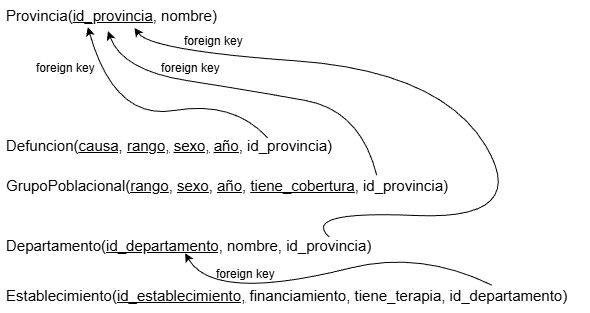
This is images/modelorelacional.png from elciclon/tp_labo_1, a draw.io export, as it was before one commit. Source tidied: cells renumbered, new cells last; positions are measured from the earlier drawing's top-left corner, leaving out a move shared by most shapes.
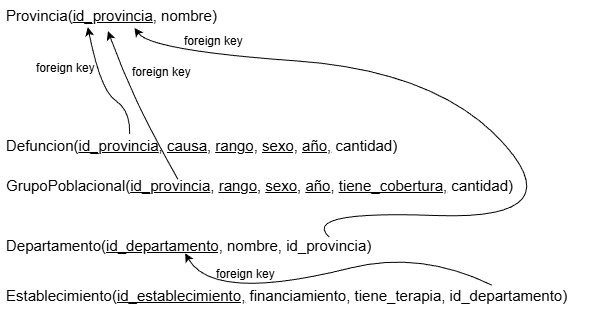
After the commit.

Commit message:
arreglo DER y MR

The edit, as a diff of the source:
```diff
@@ -2,22 +2,20 @@
   <root>
     <mxCell id="0" />
     <mxCell id="1" parent="0" />
-    <mxCell id="2" value="&lt;font style=&quot;font-size: 15px;&quot;&gt;GrupoPoblacional(&lt;u&gt;rango&lt;/u&gt;, &lt;u&gt;sexo&lt;/u&gt;, &lt;u&gt;año&lt;/u&gt;, &lt;u&gt;tiene_cobertura&lt;/u&gt;, id_provincia)&lt;/font&gt;" style="text;strokeColor=none;fillColor=none;spacingLeft=4;spacingRight=4;overflow=hidden;points=[[0,0.5],[1,0.5]];portConstraint=eastwest;fontSize=12;whiteSpace=wrap;html=1;" parent="1" vertex="1">
-      <mxGeometry y="170" width="470" height="30" as="geometry" />
+    <mxCell id="2" value="&lt;font style=&quot;font-size: 15px;&quot;&gt;GrupoPoblacional(&lt;u&gt;id_provincia&lt;/u&gt;,&amp;nbsp;&lt;u&gt;rango&lt;/u&gt;, &lt;u&gt;sexo&lt;/u&gt;, &lt;u&gt;año&lt;/u&gt;, &lt;u&gt;tiene_cobertura,&lt;/u&gt;&amp;nbsp;cantidad)&lt;/font&gt;" style="text;strokeColor=none;fillColor=none;spacingLeft=4;spacingRight=4;overflow=hidden;points=[[0,0.5],[1,0.5]];portConstraint=eastwest;fontSize=12;whiteSpace=wrap;html=1;" parent="1" vertex="1">
+      <mxGeometry y="170" width="520" height="30" as="geometry" />
     </mxCell>
-    <mxCell id="3" style="curved=1;endArrow=classic;html=1;rounded=0;exitX=0.86;exitY=0.156;exitDx=0;exitDy=0;exitPerimeter=0;entryX=0.521;entryY=1.022;entryDx=0;entryDy=0;entryPerimeter=0;fontColor=light-dark(#000000,#FF0000);textShadow=1;strokeColor=light-dark(#000000,#FF0000);" parent="1" edge="1">
+    <mxCell id="3" style="curved=1;endArrow=classic;html=1;rounded=0;entryX=0.521;entryY=1.022;entryDx=0;entryDy=0;entryPerimeter=0;fontColor=light-dark(#000000,#FF0000);textShadow=1;strokeColor=light-dark(#000000,#FF0000);exitX=0.341;exitY=0.289;exitDx=0;exitDy=0;exitPerimeter=0;" parent="1" edge="1" source="2">
       <mxGeometry relative="1" as="geometry">
-        <mxPoint x="376.2" y="174.7" as="sourcePoint" />
         <mxPoint x="107.5" y="30.7" as="targetPoint" />
         <Array as="points">
-          <mxPoint x="360" y="110" />
-          <mxPoint x="250" y="90" />
+          <mxPoint x="150" y="130" />
           <mxPoint x="122" y="70" />
         </Array>
       </mxGeometry>
     </mxCell>
     <mxCell id="4" value="&lt;font style=&quot;color: light-dark(rgb(0, 0, 0), rgb(255, 0, 0));&quot;&gt;foreign key&lt;/font&gt;" style="text;strokeColor=none;fillColor=none;spacingLeft=4;spacingRight=4;overflow=hidden;fontSize=12;whiteSpace=wrap;html=1;" parent="1" vertex="1">
-      <mxGeometry x="155" y="54" width="75" height="30" as="geometry" />
+      <mxGeometry x="126" y="58" width="75" height="30" as="geometry" />
     </mxCell>
     <mxCell id="5" value="Provincia(&lt;u&gt;id_provincia&lt;/u&gt;, nombre)" style="text;strokeColor=none;fillColor=none;spacingLeft=4;spacingRight=4;overflow=hidden;points=[[0,0.5],[1,0.5]];portConstraint=eastwest;fontSize=15;whiteSpace=wrap;html=1;" parent="1" vertex="1">
       <mxGeometry width="260" height="30" as="geometry" />
@@ -25,17 +23,16 @@
     <mxCell id="6" value="&lt;font style=&quot;font-size: 15px;&quot;&gt;&lt;font style=&quot;&quot;&gt;D&lt;/font&gt;epartamento(&lt;u&gt;id_departamento,&lt;/u&gt;&amp;nbsp;nombre, id_provincia)&lt;/font&gt;" style="text;strokeColor=none;fillColor=none;spacingLeft=4;spacingRight=4;overflow=hidden;points=[[0,0.5],[1,0.5]];portConstraint=eastwest;fontSize=12;whiteSpace=wrap;html=1;" parent="1" vertex="1">
       <mxGeometry y="230" width="380" height="30" as="geometry" />
     </mxCell>
-    <mxCell id="7" style="curved=1;endArrow=classic;html=1;rounded=0;fontColor=light-dark(#000000,#FF0000);textShadow=1;strokeColor=light-dark(#000000,#FF0000);entryX=0.336;entryY=0.889;entryDx=0;entryDy=0;entryPerimeter=0;exitX=0.774;exitY=0.244;exitDx=0;exitDy=0;exitPerimeter=0;" parent="1" edge="1" target="5">
+    <mxCell id="7" style="curved=1;endArrow=classic;html=1;rounded=0;fontColor=light-dark(#000000,#FF0000);textShadow=1;strokeColor=light-dark(#000000,#FF0000);entryX=0.336;entryY=0.889;entryDx=0;entryDy=0;entryPerimeter=0;exitX=0.315;exitY=0.111;exitDx=0;exitDy=0;exitPerimeter=0;" parent="1" edge="1" source="8" target="5">
       <mxGeometry relative="1" as="geometry">
-        <mxPoint x="267.1" y="137.3" as="sourcePoint" />
         <Array as="points">
-          <mxPoint x="233" y="100" />
-          <mxPoint x="114" y="120" />
+          <mxPoint x="130" y="110" />
+          <mxPoint x="100" y="90" />
         </Array>
       </mxGeometry>
     </mxCell>
-    <mxCell id="8" value="&lt;font style=&quot;font-size: 15px;&quot;&gt;&lt;font style=&quot;&quot;&gt;D&lt;/font&gt;efuncion(&lt;u&gt;causa,&lt;/u&gt;&amp;nbsp;&lt;u&gt;rango,&lt;/u&gt;&amp;nbsp;&lt;u&gt;sexo,&lt;/u&gt;&amp;nbsp;&lt;u&gt;año&lt;/u&gt;, id_provincia)&lt;/font&gt;" style="text;strokeColor=none;fillColor=none;spacingLeft=4;spacingRight=4;overflow=hidden;points=[[0,0.5],[1,0.5]];portConstraint=eastwest;fontSize=12;whiteSpace=wrap;html=1;" parent="1" vertex="1">
-      <mxGeometry y="130" width="380" height="30" as="geometry" />
+    <mxCell id="8" value="&lt;font style=&quot;font-size: 15px;&quot;&gt;&lt;font style=&quot;&quot;&gt;D&lt;/font&gt;efuncion(&lt;u&gt;id_provincia&lt;/u&gt;,&amp;nbsp;&lt;u&gt;causa,&lt;/u&gt;&amp;nbsp;&lt;u&gt;rango,&lt;/u&gt;&amp;nbsp;&lt;u&gt;sexo,&lt;/u&gt;&amp;nbsp;&lt;u&gt;año,&lt;/u&gt;&amp;nbsp;cantidad)&lt;/font&gt;" style="text;strokeColor=none;fillColor=none;spacingLeft=4;spacingRight=4;overflow=hidden;points=[[0,0.5],[1,0.5]];portConstraint=eastwest;fontSize=12;whiteSpace=wrap;html=1;" parent="1" vertex="1">
+      <mxGeometry y="130" width="410" height="30" as="geometry" />
     </mxCell>
     <mxCell id="9" value="&lt;font style=&quot;font-size: 15px;&quot;&gt;Establecimiento(&lt;u&gt;id_establecimiento,&lt;/u&gt;&amp;nbsp;financiamiento, tiene_terapia, id_departamento)&lt;/font&gt;" style="text;strokeColor=none;fillColor=none;spacingLeft=4;spacingRight=4;overflow=hidden;points=[[0,0.5],[1,0.5]];portConstraint=eastwest;fontSize=12;whiteSpace=wrap;html=1;" parent="1" vertex="1">
       <mxGeometry y="280" width="590" height="30" as="geometry" />
@@ -62,7 +59,7 @@
       <mxGeometry relative="1" as="geometry">
         <Array as="points">
           <mxPoint x="300" y="210" />
-          <mxPoint x="530" y="220" />
+          <mxPoint x="570" y="220" />
           <mxPoint x="440.4" y="70.7" />
           <mxPoint x="150" y="50" />
         </Array>
```
